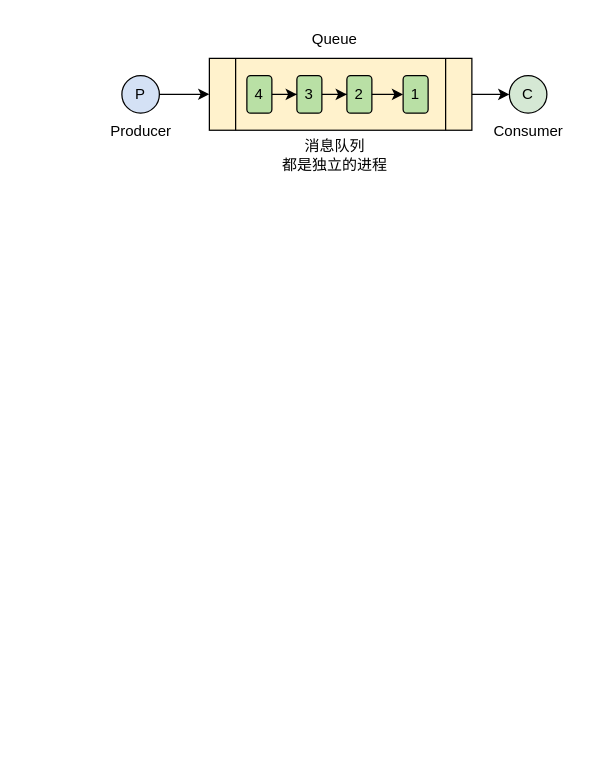
The draw.io diagram Drawio/RabbitMQ.drawio in RainbowJier/RabbitMQ, before the edit. Source tidied: cells renumbered, new cells numbered last; positions are measured from the earlier drawing's top-left corner, leaving out a move shared by most shapes. Both pictures are drawn from the tidied source at 125%, with x=0, y=0 at pixel (96, 20).
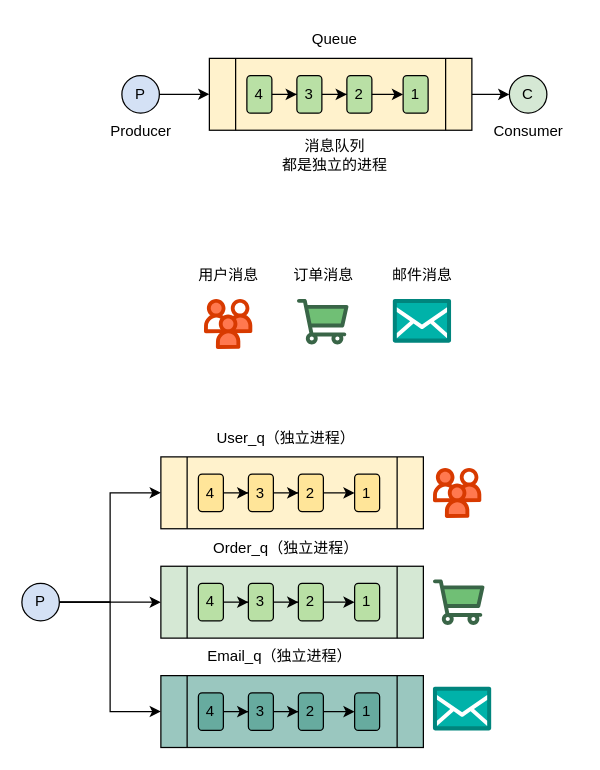
The same page after the edit.

The edit, as a diff of the source:
```diff
@@
+    <mxCell id="18" value="用户消息" style="text;html=1;align=center;verticalAlign=middle;strokeColor=none;fillColor=none;" parent="1" vertex="1">
+      <mxGeometry x="70" y="189" width="70" height="30" as="geometry" />
+    </mxCell>
+    <mxCell id="19" style="verticalLabelPosition=bottom;html=1;shape=mxgraph.salesforce.employees;" parent="1" vertex="1">
+      <mxGeometry x="268.8" y="357.8" width="38.8" height="40" as="geometry" />
+    </mxCell>
+    <mxCell id="20" style="verticalLabelPosition=bottom;html=1;shape=mxgraph.salesforce.commerce;" parent="1" vertex="1">
+      <mxGeometry x="160" y="222.6" width="41.4" height="36.4" as="geometry" />
+    </mxCell>
+    <mxCell id="21" value="订单消息" style="text;html=1;align=center;verticalAlign=middle;strokeColor=none;fillColor=none;" parent="1" vertex="1">
+      <mxGeometry x="145.7" y="189" width="70" height="30" as="geometry" />
+    </mxCell>
+    <mxCell id="22" style="verticalLabelPosition=bottom;html=1;shape=mxgraph.salesforce.inbox;" parent="1" vertex="1">
+      <mxGeometry x="236.7" y="222.6" width="46.7" height="35" as="geometry" />
+    </mxCell>
+    <mxCell id="23" value="邮件消息" style="text;html=1;align=center;verticalAlign=middle;strokeColor=none;fillColor=none;" parent="1" vertex="1">
+      <mxGeometry x="225" y="189" width="70" height="30" as="geometry" />
+    </mxCell>
+    <mxCell id="24" style="edgeStyle=orthogonalEdgeStyle;rounded=0;jettySize=auto;html=1;entryX=0;entryY=0.5;entryDx=0;entryDy=0;" parent="1" edge="1" source="27" target="28">
+      <mxGeometry relative="1" as="geometry" />
+    </mxCell>
+    <mxCell id="25" style="edgeStyle=orthogonalEdgeStyle;rounded=0;jettySize=auto;html=1;" parent="1" edge="1" source="27" target="37">
+      <mxGeometry relative="1" as="geometry" />
+    </mxCell>
+    <mxCell id="26" style="edgeStyle=orthogonalEdgeStyle;rounded=0;jettySize=auto;html=1;entryX=0;entryY=0.5;entryDx=0;entryDy=0;" parent="1" edge="1" source="27" target="48">
+      <mxGeometry relative="1" as="geometry" />
+    </mxCell>
+    <mxCell id="27" value="P" style="ellipse;whiteSpace=wrap;html=1;fillColor=#D4E1F5;" parent="1" vertex="1">
+      <mxGeometry x="-60" y="450.2" width="30" height="30" as="geometry" />
+    </mxCell>
+    <mxCell id="28" style="shape=process;whiteSpace=wrap;html=1;backgroundOutline=1;fillColor=#FFF2CC;" parent="1" vertex="1">
+      <mxGeometry x="51.2" y="349" width="210" height="57.5" as="geometry" />
+    </mxCell>
+    <mxCell id="29" style="edgeStyle=orthogonalEdgeStyle;rounded=0;jettySize=auto;html=1;" parent="1" edge="1" source="30" target="32">
+      <mxGeometry relative="1" as="geometry" />
+    </mxCell>
+    <mxCell id="30" value="4" style="rounded=1;whiteSpace=wrap;html=1;fillColor=#FFE599;" parent="1" vertex="1">
+      <mxGeometry x="81.2" y="362.8" width="20" height="30" as="geometry" />
+    </mxCell>
+    <mxCell id="31" style="edgeStyle=orthogonalEdgeStyle;rounded=0;jettySize=auto;html=1;" parent="1" edge="1" source="32" target="34">
+      <mxGeometry relative="1" as="geometry" />
+    </mxCell>
+    <mxCell id="32" value="3" style="rounded=1;whiteSpace=wrap;html=1;fillColor=#FFE599;" parent="1" vertex="1">
+      <mxGeometry x="121.2" y="362.8" width="20" height="30" as="geometry" />
+    </mxCell>
+    <mxCell id="33" style="edgeStyle=orthogonalEdgeStyle;rounded=0;orthogonalLoop=1;jettySize=auto;html=1;" parent="1" edge="1">
+      <mxGeometry relative="1" as="geometry">
+        <mxPoint x="176.2" y="377.8" as="sourcePoint" />
+        <mxPoint x="206.2" y="377.8" as="targetPoint" />
+      </mxGeometry>
+    </mxCell>
+    <mxCell id="34" value="2" style="rounded=1;whiteSpace=wrap;html=1;fillColor=#FFE599;" parent="1" vertex="1">
+      <mxGeometry x="161.2" y="362.8" width="20" height="30" as="geometry" />
+    </mxCell>
+    <mxCell id="35" value="1" style="rounded=1;whiteSpace=wrap;html=1;fillColor=#FFE599;" parent="1" vertex="1">
+      <mxGeometry x="206.2" y="362.8" width="20" height="30" as="geometry" />
+    </mxCell>
+    <mxCell id="36" value="User_q（独立进程）" style="text;html=1;align=center;verticalAlign=middle;strokeColor=none;fillColor=none;" parent="1" vertex="1">
+      <mxGeometry x="86.2" y="319" width="130" height="30" as="geometry" />
+    </mxCell>
+    <mxCell id="37" style="shape=process;whiteSpace=wrap;html=1;backgroundOutline=1;fillColor=#D5E8D4;" parent="1" vertex="1">
+      <mxGeometry x="51.2" y="436.5" width="210" height="57.5" as="geometry" />
+    </mxCell>
+    <mxCell id="38" style="edgeStyle=orthogonalEdgeStyle;rounded=0;jettySize=auto;html=1;" parent="1" edge="1" source="39" target="41">
+      <mxGeometry relative="1" as="geometry" />
+    </mxCell>
+    <mxCell id="39" value="4" style="rounded=1;whiteSpace=wrap;html=1;fillColor=#B9E0A5;" parent="1" vertex="1">
+      <mxGeometry x="81.2" y="450.2" width="20" height="30" as="geometry" />
+    </mxCell>
+    <mxCell id="40" style="edgeStyle=orthogonalEdgeStyle;rounded=0;jettySize=auto;html=1;" parent="1" edge="1" source="41" target="43">
+      <mxGeometry relative="1" as="geometry" />
+    </mxCell>
+    <mxCell id="41" value="3" style="rounded=1;whiteSpace=wrap;html=1;fillColor=#B9E0A5;" parent="1" vertex="1">
+      <mxGeometry x="121.2" y="450.2" width="20" height="30" as="geometry" />
+    </mxCell>
+    <mxCell id="42" style="edgeStyle=orthogonalEdgeStyle;rounded=0;orthogonalLoop=1;jettySize=auto;html=1;" parent="1" edge="1">
+      <mxGeometry relative="1" as="geometry">
+        <mxPoint x="176.2" y="465.2" as="sourcePoint" />
+        <mxPoint x="206.2" y="465.2" as="targetPoint" />
+      </mxGeometry>
+    </mxCell>
+    <mxCell id="43" value="2" style="rounded=1;whiteSpace=wrap;html=1;fillColor=#B9E0A5;" parent="1" vertex="1">
+      <mxGeometry x="161.2" y="450.2" width="20" height="30" as="geometry" />
+    </mxCell>
+    <mxCell id="44" value="1" style="rounded=1;whiteSpace=wrap;html=1;fillColor=#B9E0A5;" parent="1" vertex="1">
+      <mxGeometry x="206.2" y="450.2" width="20" height="30" as="geometry" />
+    </mxCell>
+    <mxCell id="45" value="Order_q（独立进程）" style="text;html=1;align=center;verticalAlign=middle;strokeColor=none;fillColor=none;" parent="1" vertex="1">
+      <mxGeometry x="81.2" y="406.5" width="140" height="30" as="geometry" />
+    </mxCell>
+    <mxCell id="46" style="verticalLabelPosition=bottom;html=1;shape=mxgraph.salesforce.employees;" parent="1" vertex="1">
+      <mxGeometry x="85.6" y="222.6" width="38.8" height="40" as="geometry" />
+    </mxCell>
+    <mxCell id="47" style="verticalLabelPosition=bottom;html=1;shape=mxgraph.salesforce.commerce;" parent="1" vertex="1">
+      <mxGeometry x="268.8" y="447" width="41.4" height="36.4" as="geometry" />
+    </mxCell>
+    <mxCell id="48" style="shape=process;whiteSpace=wrap;html=1;backgroundOutline=1;fillColor=#9AC7BF;" parent="1" vertex="1">
+      <mxGeometry x="51.2" y="524" width="210" height="57.5" as="geometry" />
+    </mxCell>
+    <mxCell id="49" style="edgeStyle=orthogonalEdgeStyle;rounded=0;jettySize=auto;html=1;" parent="1" edge="1" source="50" target="52">
+      <mxGeometry relative="1" as="geometry" />
+    </mxCell>
+    <mxCell id="50" value="4" style="rounded=1;whiteSpace=wrap;html=1;fillColor=#67AB9F;" parent="1" vertex="1">
+      <mxGeometry x="81.2" y="537.8" width="20" height="30" as="geometry" />
+    </mxCell>
+    <mxCell id="51" style="edgeStyle=orthogonalEdgeStyle;rounded=0;jettySize=auto;html=1;" parent="1" edge="1" source="52" target="54">
+      <mxGeometry relative="1" as="geometry" />
+    </mxCell>
+    <mxCell id="52" value="3" style="rounded=1;whiteSpace=wrap;html=1;fillColor=#67AB9F;" parent="1" vertex="1">
+      <mxGeometry x="121.2" y="537.8" width="20" height="30" as="geometry" />
+    </mxCell>
+    <mxCell id="53" style="edgeStyle=orthogonalEdgeStyle;rounded=0;orthogonalLoop=1;jettySize=auto;html=1;" parent="1" edge="1">
+      <mxGeometry relative="1" as="geometry">
+        <mxPoint x="176.2" y="552.8" as="sourcePoint" />
+        <mxPoint x="206.2" y="552.8" as="targetPoint" />
+      </mxGeometry>
+    </mxCell>
+    <mxCell id="54" value="2" style="rounded=1;whiteSpace=wrap;html=1;fillColor=#67AB9F;" parent="1" vertex="1">
+      <mxGeometry x="161.2" y="537.8" width="20" height="30" as="geometry" />
+    </mxCell>
+    <mxCell id="55" value="1" style="rounded=1;whiteSpace=wrap;html=1;fillColor=#67AB9F;" parent="1" vertex="1">
+      <mxGeometry x="206.2" y="537.8" width="20" height="30" as="geometry" />
+    </mxCell>
+    <mxCell id="56" value="Email_q（独立进程）" style="text;html=1;align=center;verticalAlign=middle;strokeColor=none;fillColor=none;" parent="1" vertex="1">
+      <mxGeometry x="76.2" y="494" width="140" height="30" as="geometry" />
+    </mxCell>
+    <mxCell id="57" style="verticalLabelPosition=bottom;html=1;shape=mxgraph.salesforce.inbox;" parent="1" vertex="1">
+      <mxGeometry x="268.8" y="532.8" width="46.7" height="35" as="geometry" />
+    </mxCell>
```
